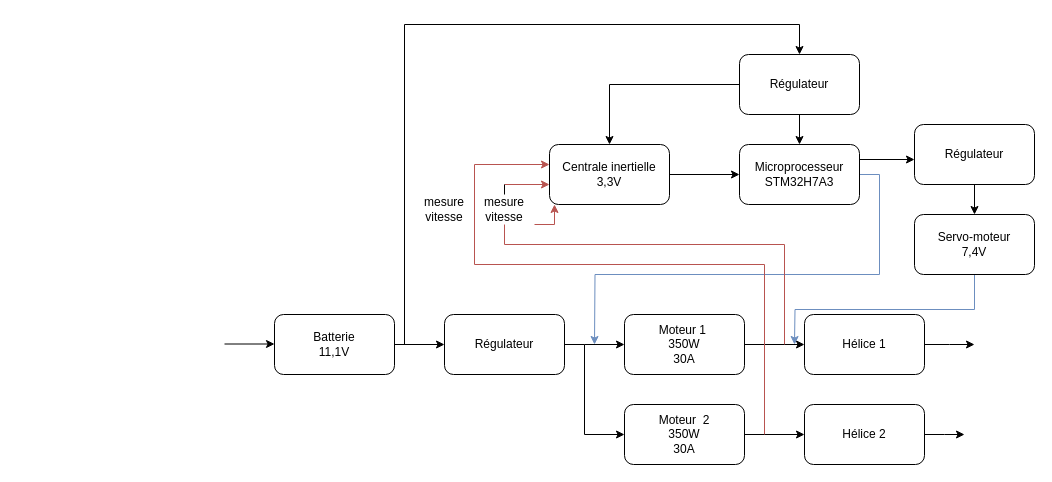
The draw.io diagram Hardware/Diagramme_Energie.drawio in 0reoAurelien/projet-hovercraft, before the edit. Source tidied: cells renumbered, new cells numbered last; positions are measured from the earlier drawing's top-left corner, leaving out a move shared by most shapes. Both pictures are drawn from the tidied source at 100%, with x=0, y=0 at pixel (224, 24).
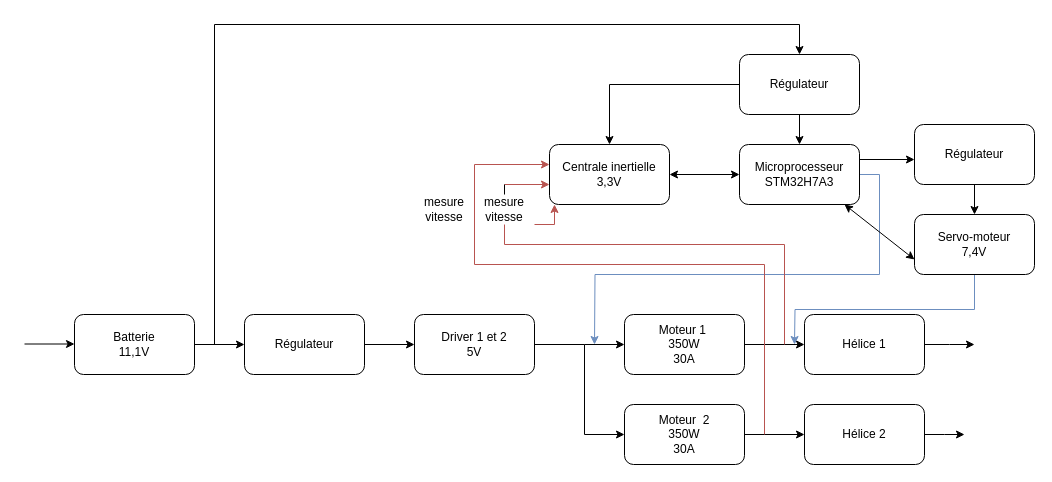
The same diagram, later.

Commit message:
Mettre à jour Diagramme_Energie.drawio

The change refers to these unchanged cells:
```xml
<mxCell id="3" value="Moteur 1&amp;nbsp;&lt;br&gt;350W&lt;br&gt;30A" style="rounded=1;whiteSpace=wrap;html=1;" parent="1" vertex="1">
  <mxGeometry x="400" y="290" width="120" height="60" as="geometry" />
</mxCell>
<mxCell id="5" value="Centrale inertielle&lt;br&gt;3,3V" style="rounded=1;whiteSpace=wrap;html=1;" parent="1" vertex="1">
  <mxGeometry x="325" y="120" width="120" height="60" as="geometry" />
</mxCell>
<mxCell id="8" value="Microprocesseur&lt;br&gt;STM32H7A3" style="rounded=1;whiteSpace=wrap;html=1;" parent="1" vertex="1">
  <mxGeometry x="515" y="120" width="120" height="60" as="geometry" />
</mxCell>
<mxCell id="39" value="Servo-moteur&lt;br&gt;7,4V" style="rounded=1;whiteSpace=wrap;html=1;" parent="1" vertex="1">
  <mxGeometry x="690" y="190" width="120" height="60" as="geometry" />
</mxCell>
```

Diff of the diagram source:
```diff
@@
-    <mxCell id="4" style="edgeStyle=orthogonalEdgeStyle;rounded=0;jettySize=auto;html=1;exitX=1;exitY=0.5;exitDx=0;exitDy=0;entryX=0;entryY=0.5;entryDx=0;entryDy=0;" parent="1" edge="1" source="5" target="8">
-      <mxGeometry relative="1" as="geometry" />
-    </mxCell>
@@
-    <mxCell id="14" style="edgeStyle=orthogonalEdgeStyle;rounded=0;jettySize=auto;html=1;exitX=1;exitY=0.5;exitDx=0;exitDy=0;entryX=0;entryY=0.5;entryDx=0;entryDy=0;" parent="1" edge="1" source="15" target="3">
+    <mxCell id="14" style="edgeStyle=orthogonalEdgeStyle;rounded=0;jettySize=auto;html=1;exitX=1;exitY=0.5;exitDx=0;exitDy=0;entryX=0;entryY=0.5;entryDx=0;entryDy=0;" parent="1" edge="1" source="43" target="3">
       <mxGeometry relative="1" as="geometry">
         <Array as="points">
           <mxPoint x="360" y="320" />
           <mxPoint x="360" y="320" />
         </Array>
       </mxGeometry>
     </mxCell>
     <mxCell id="15" value="Régulateur" style="rounded=1;whiteSpace=wrap;html=1;" parent="1" vertex="1">
-      <mxGeometry x="220" y="290" width="120" height="60" as="geometry" />
+      <mxGeometry x="20" y="290" width="120" height="60" as="geometry" />
     </mxCell>
@@
     <mxCell id="17" value="Batterie&lt;br&gt;11,1V" style="rounded=1;whiteSpace=wrap;html=1;" parent="1" vertex="1">
-      <mxGeometry x="50" y="290" width="120" height="60" as="geometry" />
+      <mxGeometry x="-150" y="290" width="120" height="60" as="geometry" />
     </mxCell>
@@
     <mxCell id="20" style="endArrow=classic;html=1;rounded=0;" parent="1" edge="1">
       <mxGeometry relative="1" as="geometry">
-        <mxPoint y="319.5" as="sourcePoint" />
-        <mxPoint x="50" y="319.5" as="targetPoint" />
+        <mxPoint x="-200" y="319.5" as="sourcePoint" />
+        <mxPoint x="-150" y="319.5" as="targetPoint" />
       </mxGeometry>
     </mxCell>
@@
     <mxCell id="28" style="endArrow=none;html=1;rounded=0;" parent="1" edge="1">
       <mxGeometry relative="1" as="geometry">
-        <mxPoint x="180" y="320" as="sourcePoint" />
-        <mxPoint x="180" as="targetPoint" />
+        <mxPoint x="-10" y="320" as="sourcePoint" />
+        <mxPoint x="-10" as="targetPoint" />
       </mxGeometry>
     </mxCell>
@@
     <mxCell id="30" style="endArrow=none;html=1;rounded=0;" parent="1" edge="1">
       <mxGeometry relative="1" as="geometry">
-        <mxPoint x="180" as="sourcePoint" />
+        <mxPoint x="-10" as="sourcePoint" />
         <mxPoint x="570" as="targetPoint" />
       </mxGeometry>
     </mxCell>
@@
+    <mxCell id="42" style="edgeStyle=orthogonalEdgeStyle;rounded=0;jettySize=auto;html=1;exitX=1;exitY=0.5;exitDx=0;exitDy=0;entryX=0;entryY=0.5;entryDx=0;entryDy=0;" parent="1" edge="1" source="15" target="43">
+      <mxGeometry relative="1" as="geometry" />
+    </mxCell>
+    <mxCell id="43" value="Driver 1 et 2&lt;br&gt;5V" style="rounded=1;whiteSpace=wrap;html=1;" parent="1" vertex="1">
+      <mxGeometry x="190" y="290" width="120" height="60" as="geometry" />
+    </mxCell>
+    <mxCell id="4" style="endArrow=classic;startArrow=classic;html=1;rounded=0;entryX=0;entryY=0.5;entryDx=0;entryDy=0;" parent="1" edge="1" source="5" target="8">
+      <mxGeometry relative="1" as="geometry" />
+    </mxCell>
+    <mxCell id="44" style="endArrow=classic;startArrow=classic;html=1;rounded=0;exitX=0;exitY=0.75;exitDx=0;exitDy=0;" parent="1" edge="1" source="39">
+      <mxGeometry relative="1" as="geometry">
+        <mxPoint x="620" y="180" as="targetPoint" />
+      </mxGeometry>
+    </mxCell>
```
